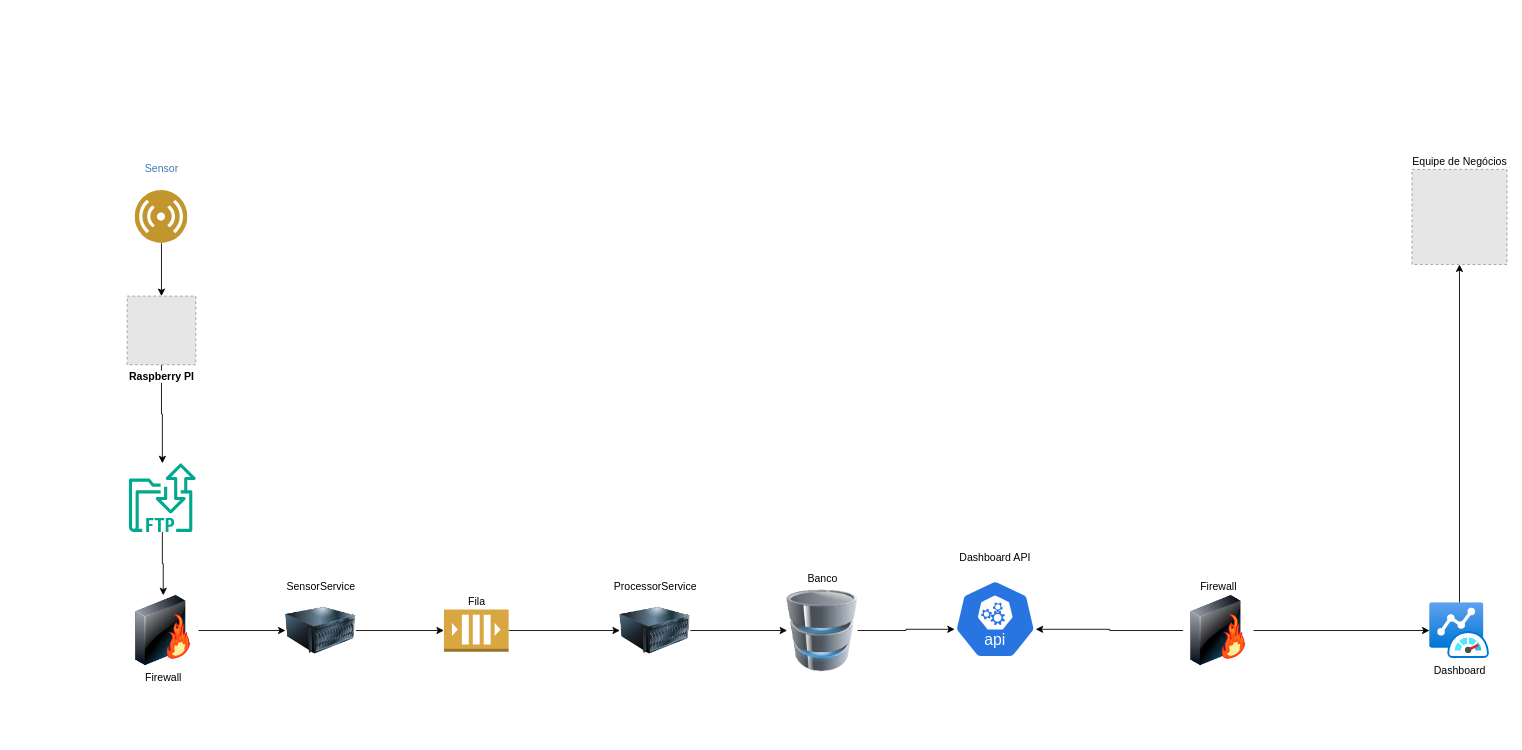
Above: agricoNetArq.drawio in joaoaugusto2708/agricoNet (draw.io), before the change. Source tidied: cells renumbered, new cells numbered last; positions are measured from the earlier drawing's top-left corner, leaving out a move shared by most shapes. Both pictures are drawn from the tidied source at 88%, with x=0, y=0 at pixel (127, 169). Pictures stored in the file or linked from it are replaced by grey dashed boxes.
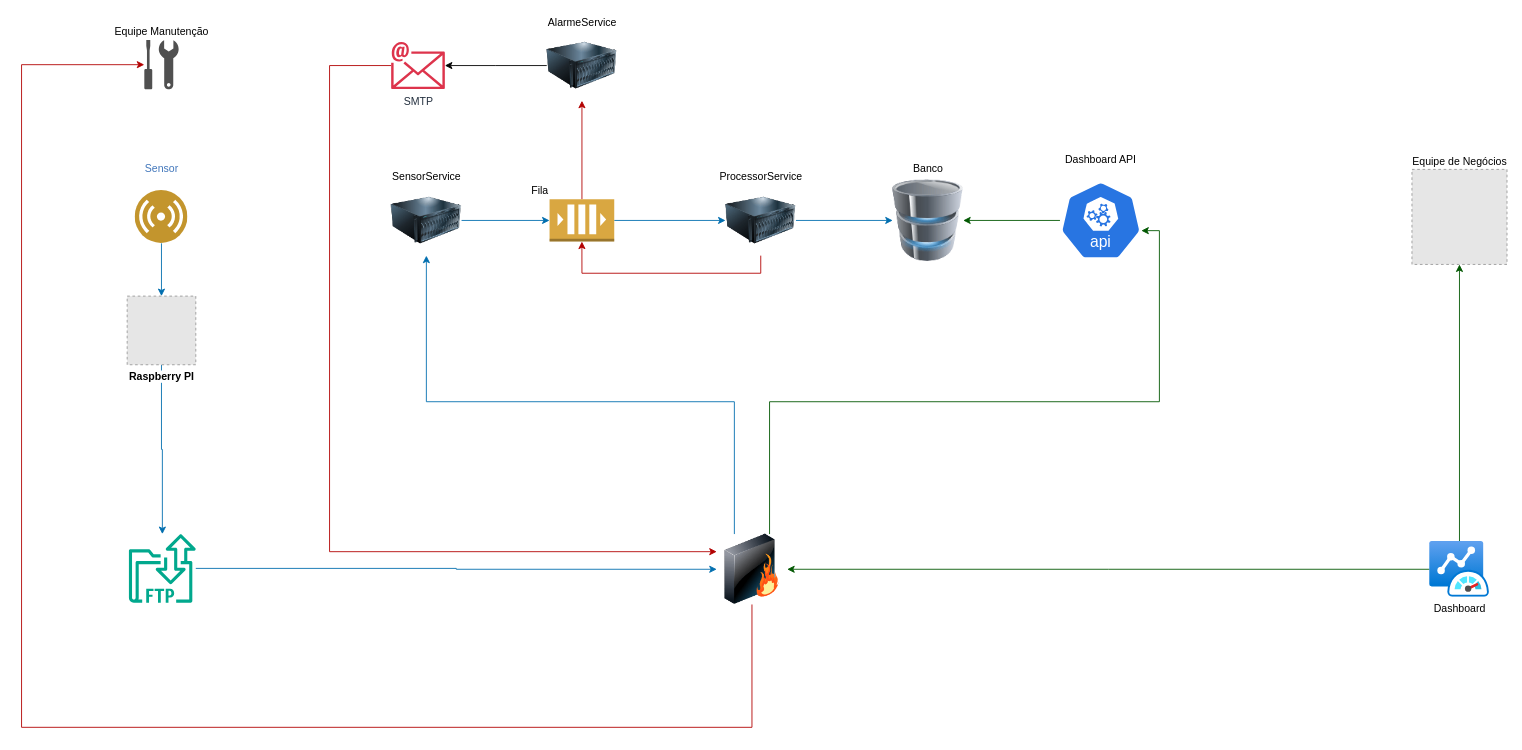
After the change.

Unchanged cells that the change refers to:
```xml
<mxCell id="5" value="Sensor&lt;div&gt;&lt;br&gt;&lt;/div&gt;" style="image;perimeter=ellipsePerimeter;html=1;align=center;shadow=0;dashed=0;fontColor=#4277BB;labelBackgroundColor=default;fontSize=12;spacingTop=3;image=img/lib/ibm/users/sensor.svg;labelPosition=center;verticalLabelPosition=top;verticalAlign=bottom;" parent="1" vertex="1">
  <mxGeometry x="9" y="24" width="60" height="60" as="geometry" />
</mxCell>
<mxCell id="10" value="&lt;b&gt;Raspberry PI&lt;/b&gt;" style="fillColor=#E6E6E6;strokeColor=#999999;dashed=1;html=1;verticalAlign=top;verticalLabelPosition=bottom;labelBackgroundColor=#ffffff;" parent="1" vertex="1">
  <mxGeometry y="144" width="78" height="78" as="geometry" />
</mxCell>
<mxCell id="20" value="Equipe de Negócios" style="fillColor=#E6E6E6;strokeColor=#999999;dashed=1;html=1;verticalAlign=bottom;verticalLabelPosition=top;labelBackgroundColor=#ffffff;labelPosition=center;align=center;" parent="1" vertex="1">
  <mxGeometry x="1460" width="108" height="108" as="geometry" />
</mxCell>
```

Diff of the diagram source:
```diff
@@
-    <mxCell id="2" style="edgeStyle=orthogonalEdgeStyle;rounded=0;jettySize=auto;html=1;entryX=0.5;entryY=0;entryDx=0;entryDy=0;" parent="1" edge="1" source="3" target="7">
-      <mxGeometry relative="1" as="geometry" />
-    </mxCell>
+    <mxCell id="25" style="edgeStyle=orthogonalEdgeStyle;rounded=0;jettySize=auto;html=1;entryX=0;entryY=0.5;entryDx=0;entryDy=0;fillColor=#1ba1e2;strokeColor=#006EAF;" parent="1" edge="1" source="3" target="31">
+      <mxGeometry relative="1" as="geometry" />
+    </mxCell>
     <mxCell id="3" style="sketch=0;outlineConnect=0;fontColor=#232F3E;gradientColor=none;fillColor=#01A88D;strokeColor=none;dashed=0;verticalLabelPosition=bottom;verticalAlign=top;align=center;html=1;fontSize=12;fontStyle=0;shape=mxgraph.aws4.transfer_for_ftp_resource;" parent="1" vertex="1">
-      <mxGeometry x="2" y="334" width="76" height="78" as="geometry" />
+      <mxGeometry x="2" y="414.4" width="76" height="78" as="geometry" />
     </mxCell>
-    <mxCell id="4" style="edgeStyle=orthogonalEdgeStyle;rounded=0;jettySize=auto;html=1;entryX=0.5;entryY=0;entryDx=0;entryDy=0;" parent="1" edge="1" source="5" target="10">
+    <mxCell id="4" style="edgeStyle=orthogonalEdgeStyle;rounded=0;jettySize=auto;html=1;entryX=0.5;entryY=0;entryDx=0;entryDy=0;fillColor=#1ba1e2;strokeColor=#006EAF;" parent="1" edge="1" source="5" target="10">
       <mxGeometry relative="1" as="geometry" />
     </mxCell>
@@
-    <mxCell id="6" style="edgeStyle=orthogonalEdgeStyle;rounded=0;jettySize=auto;html=1;entryX=0;entryY=0.5;entryDx=0;entryDy=0;" parent="1" edge="1" source="7" target="8">
-      <mxGeometry relative="1" as="geometry" />
-    </mxCell>
-    <mxCell id="7" value="&lt;div&gt;Firewall&lt;/div&gt;" style="image;html=1;image=img/lib/clip_art/networking/Firewall-page1_128x128.png;" parent="1" vertex="1">
-      <mxGeometry x="1" y="484" width="80" height="80" as="geometry" />
-    </mxCell>
     <mxCell id="8" value="SensorService" style="image;html=1;image=img/lib/clip_art/computers/Server_128x128.png;labelPosition=center;verticalLabelPosition=top;align=center;verticalAlign=bottom;" parent="1" vertex="1">
-      <mxGeometry x="180" y="484" width="80" height="80" as="geometry" />
+      <mxGeometry x="300" y="18" width="80" height="80" as="geometry" />
     </mxCell>
-    <mxCell id="9" style="edgeStyle=orthogonalEdgeStyle;rounded=0;jettySize=auto;html=1;exitX=0.5;exitY=1;exitDx=0;exitDy=0;" parent="1" edge="1" source="10" target="3">
+    <mxCell id="9" style="edgeStyle=orthogonalEdgeStyle;rounded=0;jettySize=auto;html=1;exitX=0.5;exitY=1;exitDx=0;exitDy=0;fillColor=#1ba1e2;strokeColor=#006EAF;" parent="1" edge="1" source="10" target="3">
       <mxGeometry relative="1" as="geometry" />
     </mxCell>
@@
-    <mxCell id="11" style="edgeStyle=orthogonalEdgeStyle;rounded=0;jettySize=auto;html=1;entryX=0;entryY=0.5;entryDx=0;entryDy=0;" parent="1" edge="1" source="12" target="15">
+    <mxCell id="11" style="edgeStyle=orthogonalEdgeStyle;rounded=0;jettySize=auto;html=1;entryX=0;entryY=0.5;entryDx=0;entryDy=0;fillColor=#1ba1e2;strokeColor=#006EAF;" parent="1" edge="1" source="12" target="15">
       <mxGeometry relative="1" as="geometry" />
     </mxCell>
+    <mxCell id="26" style="edgeStyle=orthogonalEdgeStyle;rounded=0;jettySize=auto;html=1;entryX=0.5;entryY=1;entryDx=0;entryDy=0;fillColor=#e51400;strokeColor=#B20000;" parent="1" edge="1" source="12" target="34">
+      <mxGeometry relative="1" as="geometry" />
+    </mxCell>
-    <mxCell id="12" value="Fila" style="outlineConnect=0;dashed=0;verticalLabelPosition=top;verticalAlign=bottom;align=center;html=1;shape=mxgraph.aws3.queue;fillColor=#D9A741;gradientColor=none;labelPosition=center;" parent="1" vertex="1">
-      <mxGeometry x="360" y="500" width="73.5" height="48" as="geometry" />
+    <mxCell id="12" value="Fila" style="outlineConnect=0;dashed=0;verticalLabelPosition=top;verticalAlign=bottom;align=right;html=1;shape=mxgraph.aws3.queue;fillColor=#D9A741;gradientColor=none;labelPosition=left;" parent="1" vertex="1">
+      <mxGeometry x="480" y="34" width="73.5" height="48" as="geometry" />
     </mxCell>
-    <mxCell id="13" style="edgeStyle=orthogonalEdgeStyle;rounded=0;jettySize=auto;html=1;entryX=0;entryY=0.5;entryDx=0;entryDy=0;entryPerimeter=0;" parent="1" edge="1" source="8" target="12">
+    <mxCell id="13" style="edgeStyle=orthogonalEdgeStyle;rounded=0;jettySize=auto;html=1;entryX=0;entryY=0.5;entryDx=0;entryDy=0;entryPerimeter=0;fillColor=#1ba1e2;strokeColor=#006EAF;" parent="1" edge="1" source="8" target="12">
       <mxGeometry relative="1" as="geometry" />
     </mxCell>
-    <mxCell id="14" style="edgeStyle=orthogonalEdgeStyle;rounded=0;jettySize=auto;html=1;entryX=0;entryY=0.5;entryDx=0;entryDy=0;" parent="1" edge="1" source="15" target="16">
+    <mxCell id="14" style="edgeStyle=orthogonalEdgeStyle;rounded=0;jettySize=auto;html=1;entryX=0;entryY=0.5;entryDx=0;entryDy=0;fillColor=#1ba1e2;strokeColor=#006EAF;" parent="1" edge="1" source="15" target="16">
       <mxGeometry relative="1" as="geometry" />
     </mxCell>
     <mxCell id="15" value="ProcessorService" style="image;html=1;image=img/lib/clip_art/computers/Server_128x128.png;labelPosition=center;verticalLabelPosition=top;align=center;verticalAlign=bottom;" parent="1" vertex="1">
-      <mxGeometry x="560" y="484" width="80" height="80" as="geometry" />
+      <mxGeometry x="680" y="18" width="80" height="80" as="geometry" />
     </mxCell>
     <mxCell id="16" value="Banco" style="image;html=1;image=img/lib/clip_art/computers/Database_128x128.png;labelPosition=center;verticalLabelPosition=top;align=center;verticalAlign=bottom;" parent="1" vertex="1">
-      <mxGeometry x="750" y="474" width="80" height="100" as="geometry" />
+      <mxGeometry x="870" y="8" width="80" height="100" as="geometry" />
     </mxCell>
+    <mxCell id="27" style="edgeStyle=orthogonalEdgeStyle;rounded=0;jettySize=auto;html=1;entryX=1;entryY=0.5;entryDx=0;entryDy=0;fillColor=#008a00;strokeColor=#005700;" parent="1" edge="1" source="17" target="16">
+      <mxGeometry relative="1" as="geometry" />
+    </mxCell>
     <mxCell id="17" value="Dashboard API&lt;div&gt;&lt;br&gt;&lt;/div&gt;" style="sketch=0;html=1;dashed=0;whitespace=wrap;verticalLabelPosition=top;verticalAlign=bottom;fillColor=#2875E2;strokeColor=#ffffff;points=[[0.005,0.63,0],[0.1,0.2,0],[0.9,0.2,0],[0.5,0,0],[0.995,0.63,0],[0.72,0.99,0],[0.5,1,0],[0.28,0.99,0]];shape=mxgraph.kubernetes.icon2;kubernetesLabel=1;prIcon=api;labelPosition=center;align=center;" parent="1" vertex="1">
-      <mxGeometry x="940" y="466.4" width="92.9" height="89.2" as="geometry" />
+      <mxGeometry x="1060" y="13.4" width="92.9" height="89.2" as="geometry" />
     </mxCell>
-    <mxCell id="18" style="edgeStyle=orthogonalEdgeStyle;rounded=0;jettySize=auto;html=1;" parent="1" edge="1" source="19" target="22">
-      <mxGeometry relative="1" as="geometry" />
-    </mxCell>
-    <mxCell id="19" value="&lt;div&gt;Firewall&lt;/div&gt;" style="image;html=1;image=img/lib/clip_art/networking/Firewall-page1_128x128.png;labelPosition=center;verticalLabelPosition=top;align=center;verticalAlign=bottom;" parent="1" vertex="1">
-      <mxGeometry x="1200" y="484" width="80" height="80" as="geometry" />
-    </mxCell>
@@
-    <mxCell id="21" style="edgeStyle=orthogonalEdgeStyle;rounded=0;jettySize=auto;html=1;entryX=0.5;entryY=1;entryDx=0;entryDy=0;" parent="1" edge="1" source="22" target="20">
+    <mxCell id="21" style="edgeStyle=orthogonalEdgeStyle;rounded=0;jettySize=auto;html=1;entryX=0.5;entryY=1;entryDx=0;entryDy=0;fillColor=#008a00;strokeColor=#005700;" parent="1" edge="1" source="22" target="20">
       <mxGeometry relative="1" as="geometry" />
     </mxCell>
+    <mxCell id="28" style="edgeStyle=orthogonalEdgeStyle;rounded=0;jettySize=auto;html=1;entryX=1;entryY=0.5;entryDx=0;entryDy=0;fillColor=#008a00;strokeColor=#005700;" parent="1" edge="1" source="22" target="31">
+      <mxGeometry relative="1" as="geometry" />
+    </mxCell>
     <mxCell id="22" value="Dashboard" style="image;html=1;points=[];align=center;fontSize=12;image=img/lib/azure2/other/Azure_Monitor_Dashboard.svg;" parent="1" vertex="1">
-      <mxGeometry x="1480" y="492.4" width="68" height="63.2" as="geometry" />
+      <mxGeometry x="1480" y="422.8" width="68" height="63.2" as="geometry" />
     </mxCell>
-    <mxCell id="23" style="edgeStyle=orthogonalEdgeStyle;rounded=0;jettySize=auto;html=1;entryX=0.995;entryY=0.63;entryDx=0;entryDy=0;entryPerimeter=0;" parent="1" edge="1" source="19" target="17">
-      <mxGeometry relative="1" as="geometry" />
-    </mxCell>
-    <mxCell id="24" style="edgeStyle=orthogonalEdgeStyle;rounded=0;jettySize=auto;html=1;entryX=0.005;entryY=0.63;entryDx=0;entryDy=0;entryPerimeter=0;" parent="1" edge="1" source="16" target="17">
-      <mxGeometry relative="1" as="geometry" />
-    </mxCell>
+    <mxCell id="29" style="edgeStyle=orthogonalEdgeStyle;rounded=0;jettySize=auto;html=1;entryX=0.5;entryY=1;entryDx=0;entryDy=0;exitX=0.25;exitY=0;exitDx=0;exitDy=0;fillColor=#1ba1e2;strokeColor=#006EAF;" parent="1" edge="1" source="31" target="8">
+      <mxGeometry relative="1" as="geometry">
+        <Array as="points">
+          <mxPoint x="690" y="264" />
+          <mxPoint x="340" y="264" />
+        </Array>
+      </mxGeometry>
+    </mxCell>
+    <mxCell id="30" style="edgeStyle=orthogonalEdgeStyle;rounded=0;jettySize=auto;html=1;fillColor=#e51400;strokeColor=#B20000;" parent="1" edge="1" source="31" target="35">
+      <mxGeometry relative="1" as="geometry">
+        <Array as="points">
+          <mxPoint x="710" y="634" />
+          <mxPoint x="-120" y="634" />
+          <mxPoint x="-120" y="-119" />
+        </Array>
+      </mxGeometry>
+    </mxCell>
+    <mxCell id="31" style="image;html=1;image=img/lib/clip_art/networking/Firewall_128x128.png;" parent="1" vertex="1">
+      <mxGeometry x="670" y="414.4" width="80" height="80" as="geometry" />
+    </mxCell>
+    <mxCell id="32" style="edgeStyle=orthogonalEdgeStyle;rounded=0;jettySize=auto;html=1;entryX=0.995;entryY=0.63;entryDx=0;entryDy=0;entryPerimeter=0;exitX=0.75;exitY=0;exitDx=0;exitDy=0;fillColor=#008a00;strokeColor=#005700;" parent="1" edge="1" source="31" target="17">
+      <mxGeometry relative="1" as="geometry">
+        <Array as="points">
+          <mxPoint x="730" y="264" />
+          <mxPoint x="1173" y="264" />
+          <mxPoint x="1173" y="70" />
+        </Array>
+      </mxGeometry>
+    </mxCell>
+    <mxCell id="33" style="edgeStyle=orthogonalEdgeStyle;rounded=0;jettySize=auto;html=1;" parent="1" edge="1" source="34" target="38">
+      <mxGeometry relative="1" as="geometry" />
+    </mxCell>
+    <mxCell id="34" value="AlarmeService" style="image;html=1;image=img/lib/clip_art/computers/Server_128x128.png;labelPosition=center;verticalLabelPosition=top;align=center;verticalAlign=bottom;" parent="1" vertex="1">
+      <mxGeometry x="476.8" y="-158" width="80" height="80" as="geometry" />
+    </mxCell>
+    <mxCell id="35" value="Equipe Manutenção" style="sketch=0;shadow=0;dashed=0;html=1;strokeColor=none;fillColor=#505050;labelPosition=center;verticalLabelPosition=top;verticalAlign=bottom;outlineConnect=0;align=center;shape=mxgraph.office.concepts.maintenance;" parent="1" vertex="1">
+      <mxGeometry x="19.5" y="-147" width="39" height="56" as="geometry" />
+    </mxCell>
+    <mxCell id="36" style="edgeStyle=orthogonalEdgeStyle;rounded=0;jettySize=auto;html=1;entryX=0.5;entryY=1;entryDx=0;entryDy=0;entryPerimeter=0;exitX=0.5;exitY=1;exitDx=0;exitDy=0;fillColor=#e51400;strokeColor=#B20000;" parent="1" edge="1" source="15" target="12">
+      <mxGeometry relative="1" as="geometry" />
+    </mxCell>
+    <mxCell id="37" style="edgeStyle=orthogonalEdgeStyle;rounded=0;jettySize=auto;html=1;entryX=0;entryY=0.25;entryDx=0;entryDy=0;fillColor=#e51400;strokeColor=#B20000;" parent="1" edge="1" source="38" target="31">
+      <mxGeometry relative="1" as="geometry">
+        <Array as="points">
+          <mxPoint x="230" y="-118" />
+          <mxPoint x="230" y="434" />
+        </Array>
+      </mxGeometry>
+    </mxCell>
+    <mxCell id="38" value="SMTP" style="sketch=0;outlineConnect=0;fontColor=#232F3E;gradientColor=none;fillColor=#DD344C;strokeColor=none;dashed=0;verticalLabelPosition=bottom;verticalAlign=top;align=center;html=1;fontSize=12;fontStyle=0;shape=mxgraph.aws4.email;" parent="1" vertex="1">
+      <mxGeometry x="300" y="-145" width="61" height="54" as="geometry" />
+    </mxCell>
```
